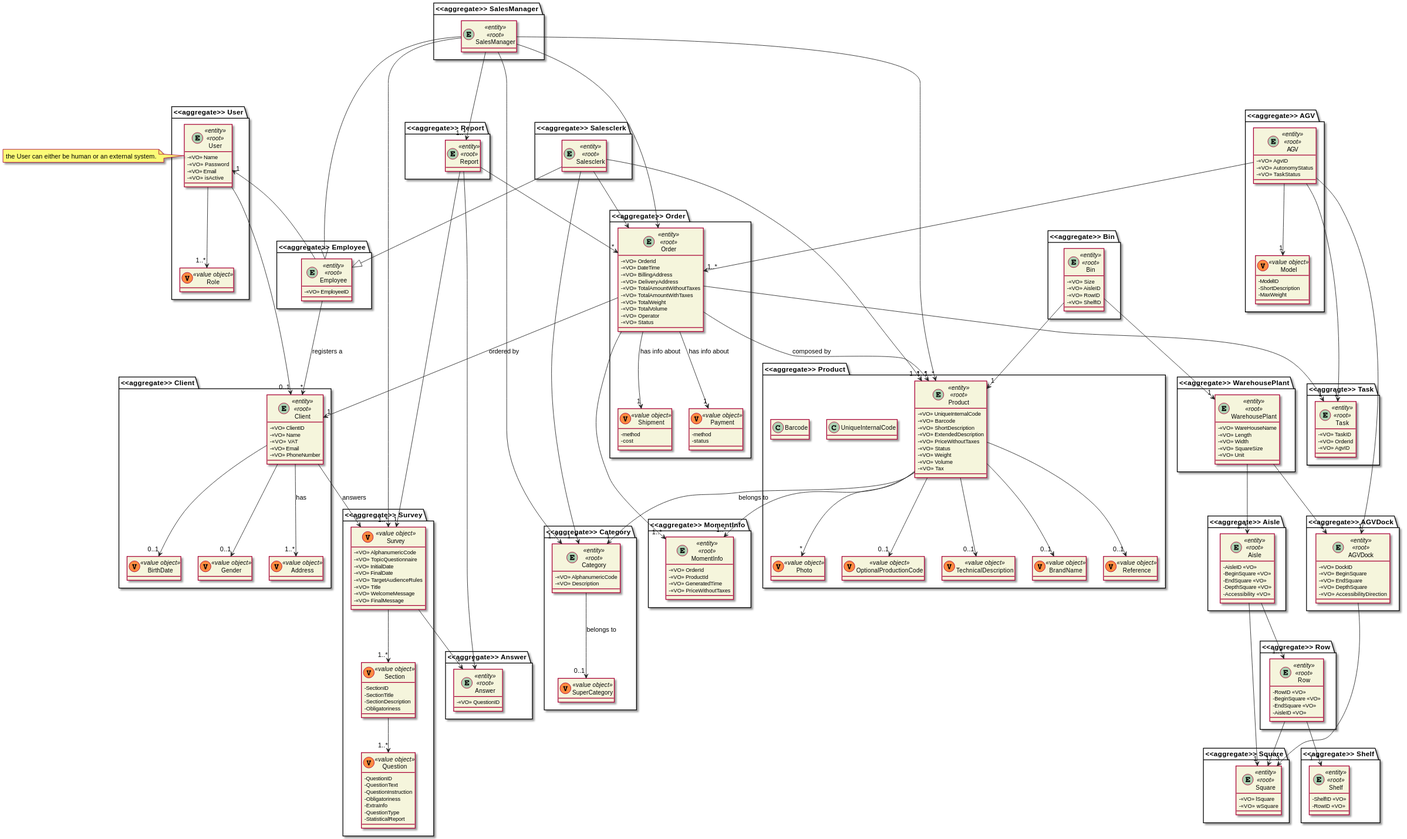
This is docs/SprintA/DM.svg from ana-albergaria/LAPR4-ISEP, a PlantUML export, as it was before one commit.
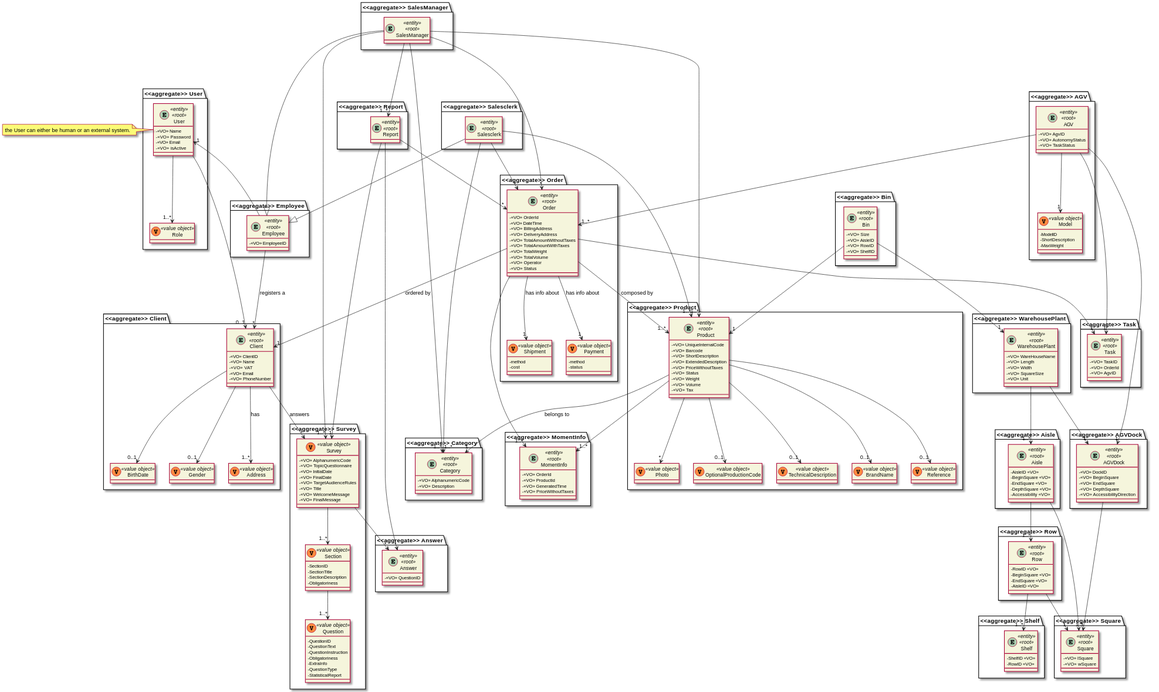
The same file after the commit.

Commit message:
Issue #2 - Corrected DM.

Diff of the diagram source:
```diff
@@ -8,9 +8,7 @@
 
 package "<<aggregate>> Product" {
     entity Product
-    class UniqueInternalCode
     class Photo
-    class Barcode
     class OptionalProductionCode
     class TechnicalDescription
     class BrandName
@@ -19,7 +17,6 @@
 
 package "<<aggregate>> Category" {
     entity Category
-    class SuperCategory
 }
 
 package "<<aggregate>> Order" {
@@ -131,8 +128,6 @@
     -<<VO>> AlphanumericCode
     -<<VO>> Description
 }
-
-class SuperCategory <<(V,#FF8B40) value object>>
 
 
 entity Order <<entity>> <<root>> {
@@ -320,8 +315,6 @@
 Product --> "0..1" BrandName
 Product --> "0..1" Reference
 
-Category --> "0..1" SuperCategory : belongs to
-
 Order --> "1" Client : ordered by
 Order --> "1..*" Product : composed by
 Order --> "1" Shipment : has info about
```
